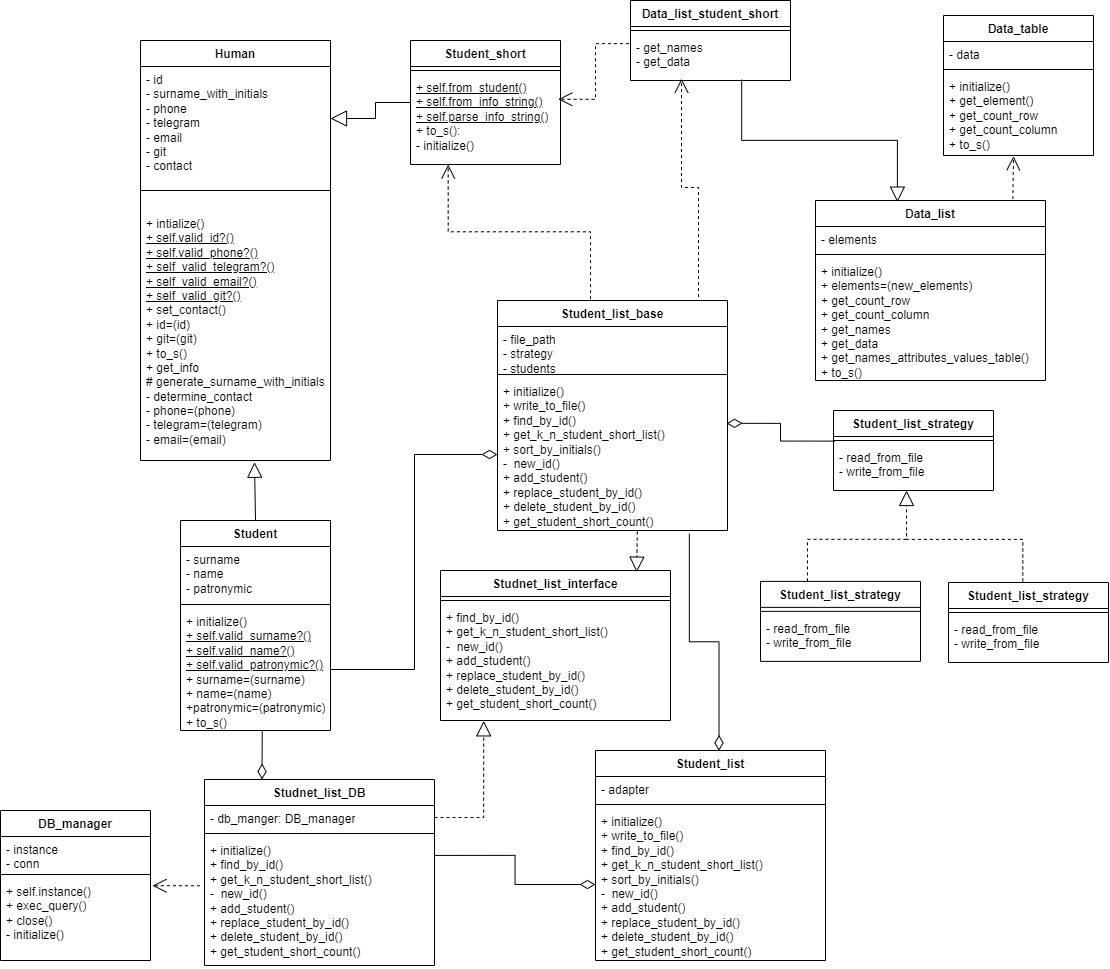
This is Student/Class diagram.png from ArthurArutunyan04/Ruby, a draw.io export, as it was before one commit. Source tidied: cells renumbered, new cells last; positions are measured from the earlier drawing's top-left corner, leaving out a move shared by most shapes.
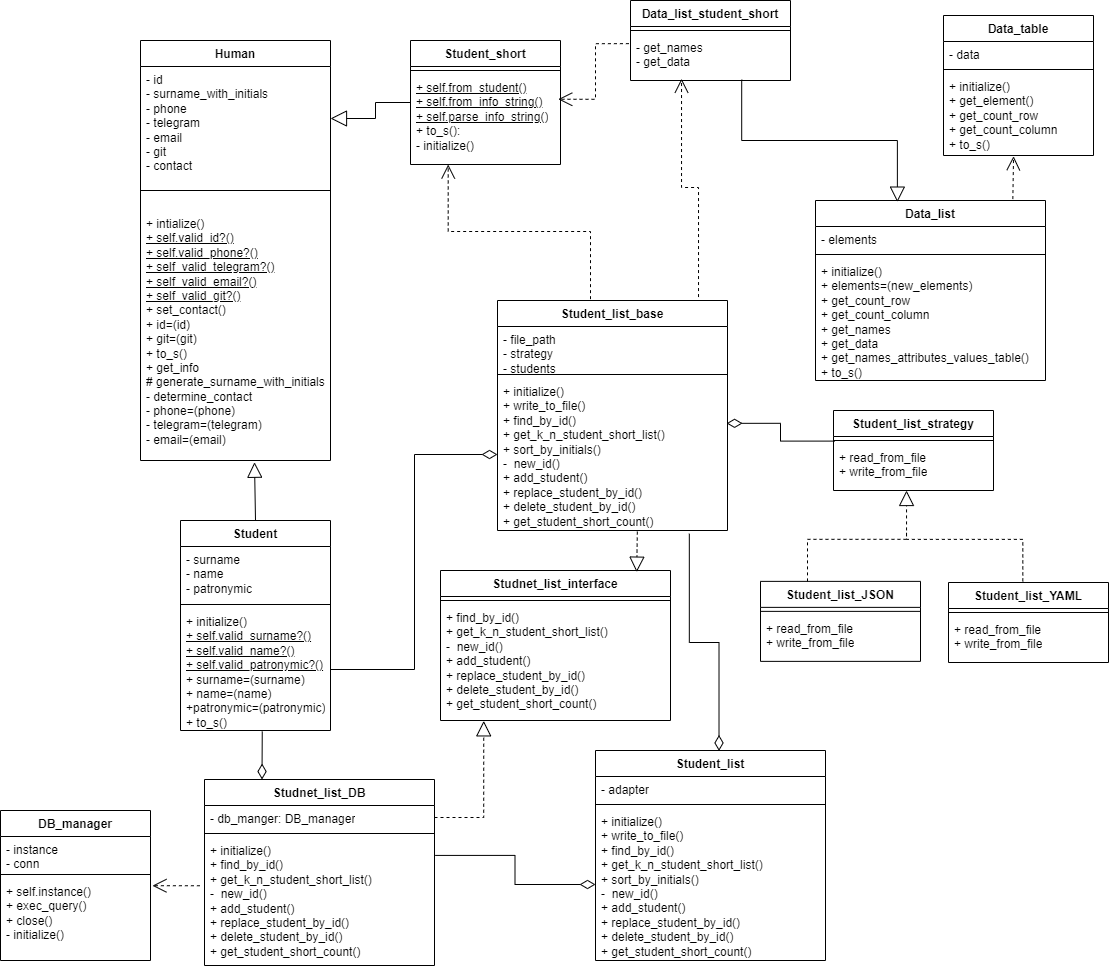
Above is the later version.

Commit message:
fix class diagram

Change to the diagram source:
```diff
@@ -101,25 +101,25 @@
     <mxCell id="34" style="line;strokeWidth=1;fillColor=none;align=left;verticalAlign=middle;spacingTop=-1;spacingLeft=3;spacingRight=3;labelPosition=right;strokeColor=inherit;" parent="33" vertex="1">
       <mxGeometry y="26" width="160" height="8" as="geometry" />
     </mxCell>
-    <mxCell id="35" value="&lt;div&gt;- read_from_file&lt;br&gt;- write_from_file&lt;br&gt;&lt;/div&gt;" style="text;strokeColor=none;fillColor=none;align=left;verticalAlign=top;spacingLeft=4;spacingRight=4;overflow=hidden;points=[[0,0.5],[1,0.5]];portConstraint=eastwest;whiteSpace=wrap;html=1;" parent="33" vertex="1">
+    <mxCell id="35" value="&lt;div&gt;+ read_from_file&lt;br&gt;+ write_from_file&lt;br&gt;&lt;/div&gt;" style="text;strokeColor=none;fillColor=none;align=left;verticalAlign=top;spacingLeft=4;spacingRight=4;overflow=hidden;points=[[0,0.5],[1,0.5]];portConstraint=eastwest;whiteSpace=wrap;html=1;" parent="33" vertex="1">
       <mxGeometry y="34" width="160" height="46" as="geometry" />
     </mxCell>
-    <mxCell id="36" value="Student_list_strategy" style="swimlane;fontStyle=1;align=center;verticalAlign=top;horizontal=1;startSize=26;whiteSpace=wrap;html=1;gradientColor=none;strokeWidth=1;" parent="1" vertex="1">
+    <mxCell id="36" value="Student_list_YAML" style="swimlane;fontStyle=1;align=center;verticalAlign=top;horizontal=1;startSize=26;whiteSpace=wrap;html=1;gradientColor=none;strokeWidth=1;" parent="1" vertex="1">
       <mxGeometry x="948" y="582" width="160" height="80" as="geometry" />
     </mxCell>
     <mxCell id="37" style="line;strokeWidth=1;fillColor=none;align=left;verticalAlign=middle;spacingTop=-1;spacingLeft=3;spacingRight=3;labelPosition=right;strokeColor=inherit;" parent="36" vertex="1">
       <mxGeometry y="26" width="160" height="8" as="geometry" />
     </mxCell>
-    <mxCell id="38" value="&lt;div&gt;- read_from_file&lt;br&gt;- write_from_file&lt;br&gt;&lt;/div&gt;" style="text;strokeColor=none;fillColor=none;align=left;verticalAlign=top;spacingLeft=4;spacingRight=4;overflow=hidden;whiteSpace=wrap;html=1;" parent="36" vertex="1">
+    <mxCell id="38" value="&lt;div&gt;+ read_from_file&lt;br&gt;+ write_from_file&lt;br&gt;&lt;/div&gt;" style="text;strokeColor=none;fillColor=none;align=left;verticalAlign=top;spacingLeft=4;spacingRight=4;overflow=hidden;whiteSpace=wrap;html=1;" parent="36" vertex="1">
       <mxGeometry y="34" width="160" height="46" as="geometry" />
     </mxCell>
-    <mxCell id="39" value="Student_list_strategy" style="swimlane;fontStyle=1;align=center;verticalAlign=top;horizontal=1;startSize=26;whiteSpace=wrap;html=1;gradientColor=none;strokeWidth=1;" parent="1" vertex="1">
+    <mxCell id="39" value="Student_list_JSON" style="swimlane;fontStyle=1;align=center;verticalAlign=top;horizontal=1;startSize=26;whiteSpace=wrap;html=1;gradientColor=none;strokeWidth=1;" parent="1" vertex="1">
       <mxGeometry x="760" y="580.9" width="160" height="80" as="geometry" />
     </mxCell>
     <mxCell id="40" style="line;strokeWidth=1;fillColor=none;align=left;verticalAlign=middle;spacingTop=-1;spacingLeft=3;spacingRight=3;labelPosition=right;strokeColor=inherit;" parent="39" vertex="1">
       <mxGeometry y="26" width="160" height="8" as="geometry" />
     </mxCell>
-    <mxCell id="41" value="&lt;div&gt;- read_from_file&lt;br&gt;- write_from_file&lt;br&gt;&lt;/div&gt;" style="text;strokeColor=none;fillColor=none;align=left;verticalAlign=top;spacingLeft=4;spacingRight=4;overflow=hidden;whiteSpace=wrap;html=1;" parent="39" vertex="1">
+    <mxCell id="41" value="&lt;div&gt;+ read_from_file&lt;br&gt;+ write_from_file&lt;br&gt;&lt;/div&gt;" style="text;strokeColor=none;fillColor=none;align=left;verticalAlign=top;spacingLeft=4;spacingRight=4;overflow=hidden;whiteSpace=wrap;html=1;" parent="39" vertex="1">
       <mxGeometry y="34" width="160" height="46" as="geometry" />
     </mxCell>
     <mxCell id="42" style="edgeStyle=elbowEdgeStyle;rounded=0;orthogonalLoop=1;jettySize=auto;html=1;elbow=vertical;endArrow=none;endFill=0;dashed=1;exitX=0.102;exitY=-0.012;exitDx=0;exitDy=0;exitPerimeter=0;jumpStyle=none;" parent="1" edge="1">
```
